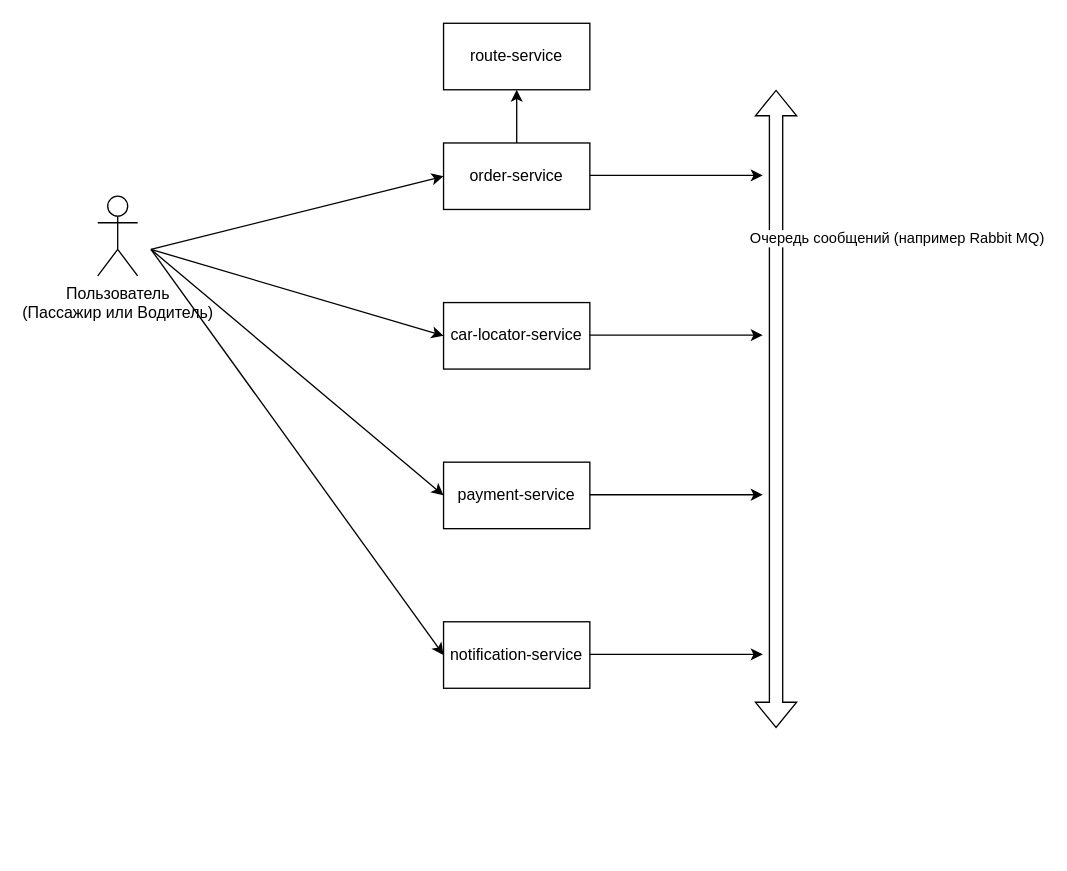
Before: hw-07/diagrams/drawio/component.drawio in vpiatukhou/otus-msa-homeworks, a draw.io diagram. Source tidied: cells renumbered, new cells numbered last; positions are measured from the earlier drawing's top-left corner, leaving out a move shared by most shapes. Both pictures are drawn from the tidied source at 133%, with x=0, y=0 at pixel (97, 23).
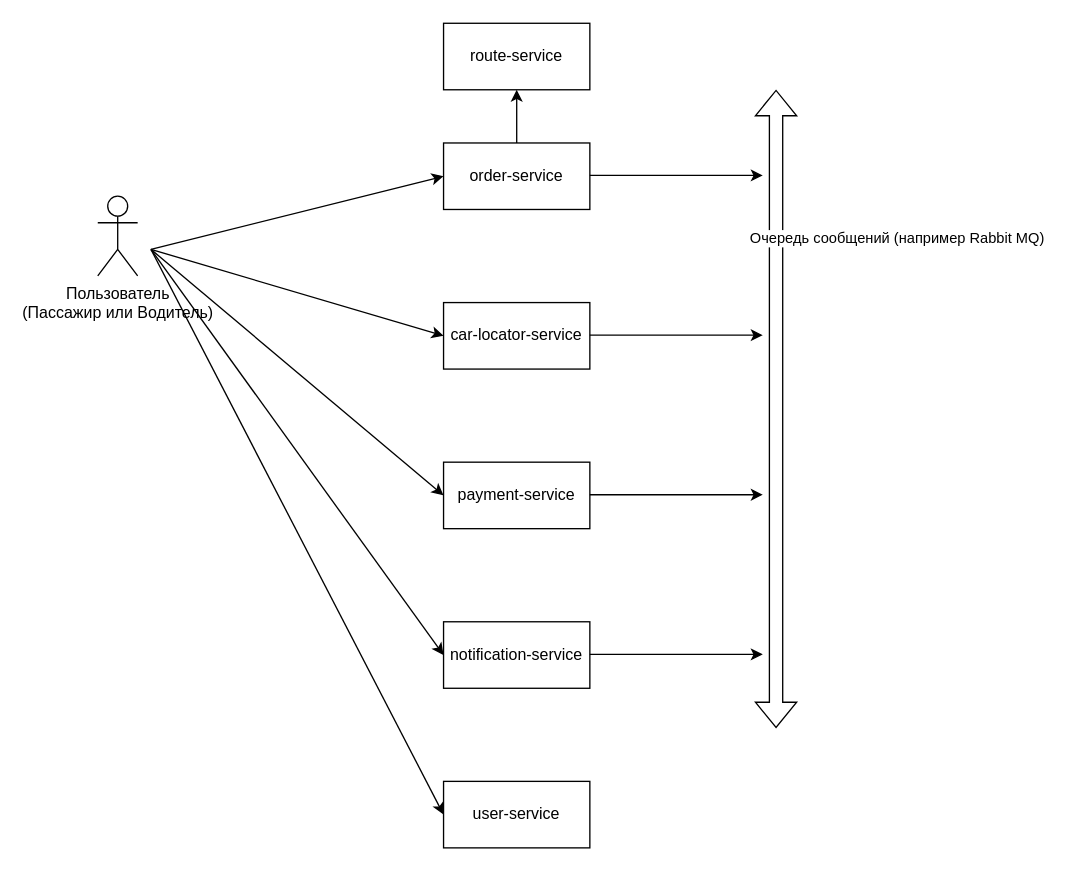
The same page after the edit.

The edit, as a diff of the source:
```diff
@@
+    <mxCell id="19" value="user-service" style="html=1;whiteSpace=wrap;" parent="1" vertex="1">
+      <mxGeometry x="260" y="570" width="110" height="50" as="geometry" />
+    </mxCell>
+    <mxCell id="20" style="endArrow=classic;html=1;rounded=0;entryX=0;entryY=0.5;entryDx=0;entryDy=0;" parent="1" edge="1" target="19">
+      <mxGeometry relative="1" as="geometry">
+        <mxPoint x="40" y="170" as="sourcePoint" />
+      </mxGeometry>
+    </mxCell>
```
